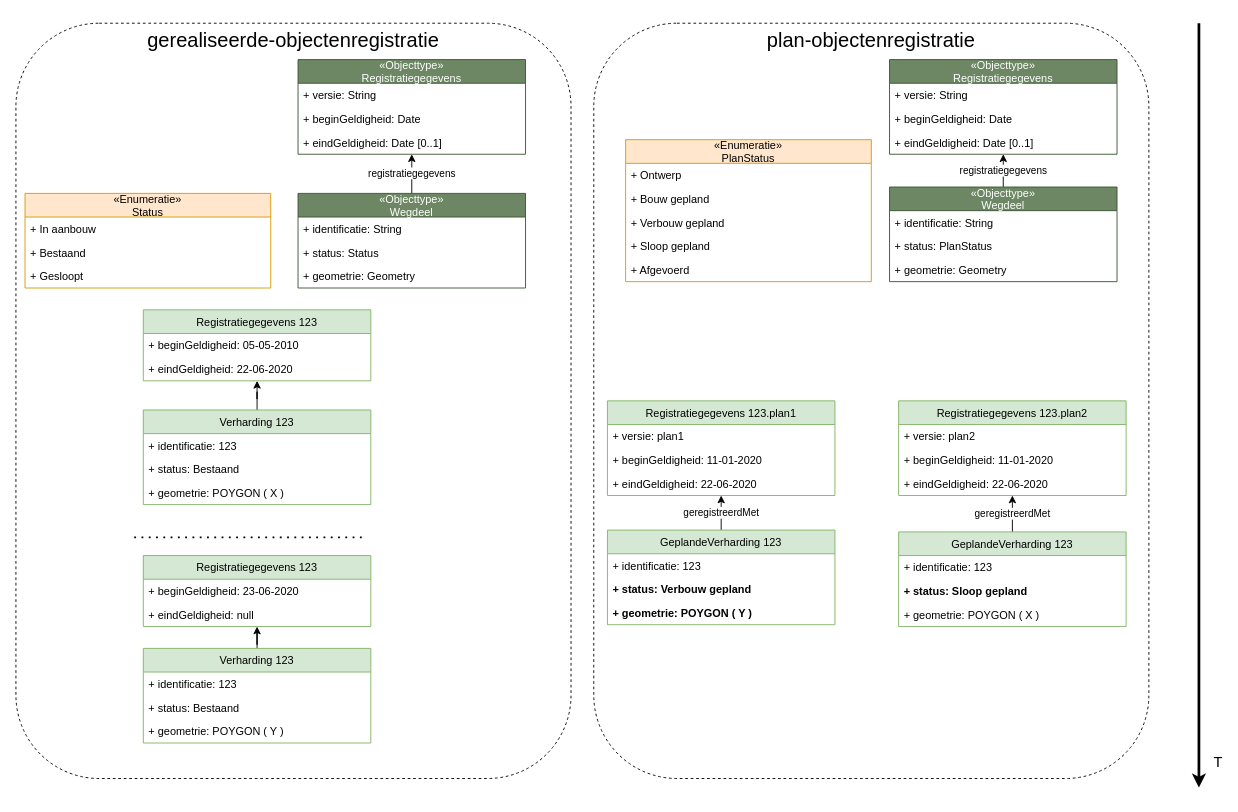
The draw.io diagram issues/15-levensfasen/uitwerkingen/5-planobject-in-aparte-registratie/5-planobject-in-aparte-registratie.drawio in Geonovum/disgeo-imsor, before the edit. Source tidied: cells renumbered, new cells numbered last; positions are measured from the earlier drawing's top-left corner, leaving out a move shared by most shapes. Both pictures are drawn from the tidied source at 91%, with x=0, y=0 at pixel (15, 23).
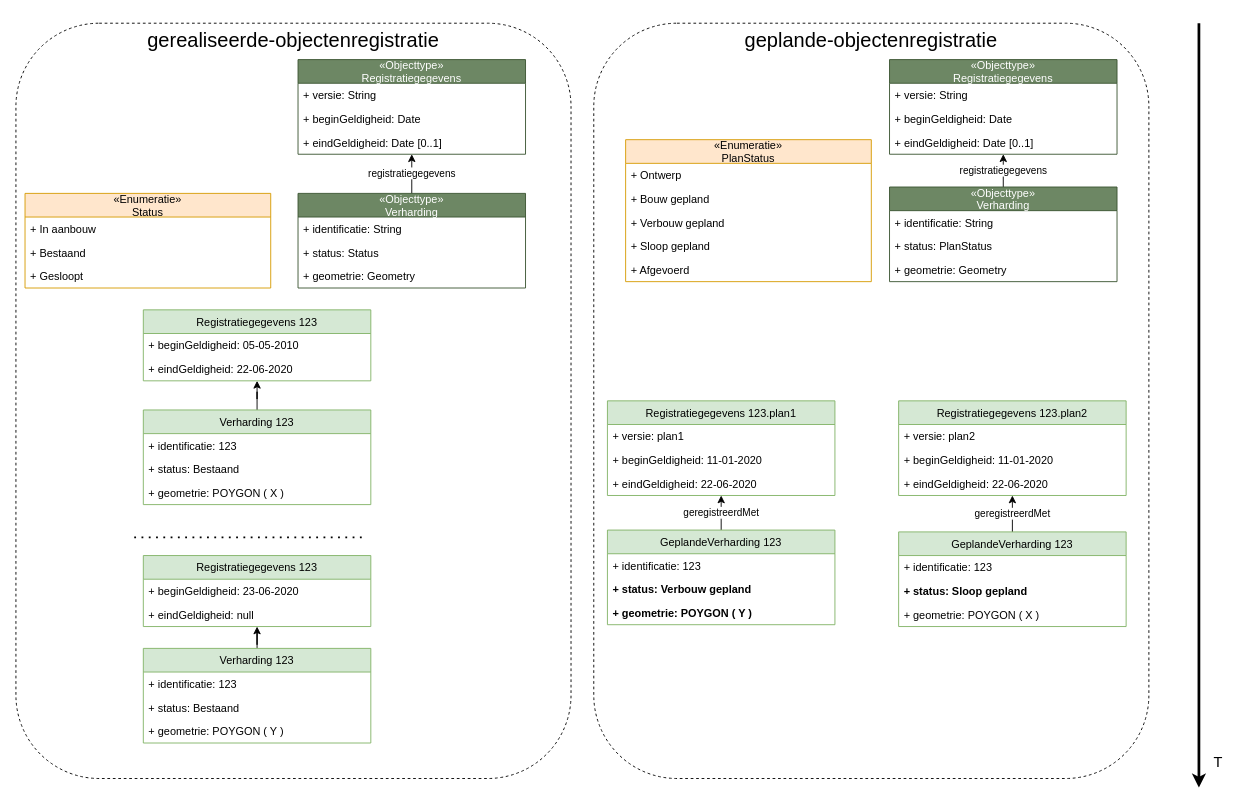
Above is the later version.

Change to the diagram source:
```diff
@@
-    <mxCell id="2" value="plan-objectenregistratie" style="rounded=1;whiteSpace=wrap;html=1;dashed=1;fillColor=none;verticalAlign=top;fontSize=22;" parent="1" vertex="1">
+    <mxCell id="2" value="geplande-objectenregistratie" style="rounded=1;whiteSpace=wrap;html=1;dashed=1;fillColor=none;verticalAlign=top;fontSize=22;" parent="1" vertex="1">
       <mxGeometry x="635" width="610" height="830" as="geometry" />
     </mxCell>
@@
-    <mxCell id="15" value="«Objecttype»&#10;Wegdeel" style="swimlane;fontStyle=0;horizontal=1;startSize=26;fillColor=#6d8764;strokeColor=#3A5431;fontColor=#ffffff;" parent="1" vertex="1">
+    <mxCell id="15" value="«Objecttype»&#10;Verharding" style="swimlane;fontStyle=0;horizontal=1;startSize=26;fillColor=#6d8764;strokeColor=#3A5431;fontColor=#ffffff;" parent="1" vertex="1">
       <mxGeometry x="310" y="187" width="250" height="104" as="geometry" />
     </mxCell>
@@
-    <mxCell id="24" value="«Objecttype»&#10;Wegdeel" style="swimlane;fontStyle=0;horizontal=1;startSize=26;fillColor=#6d8764;strokeColor=#3A5431;fontColor=#ffffff;" parent="1" vertex="1">
+    <mxCell id="24" value="«Objecttype»&#10;Verharding" style="swimlane;fontStyle=0;horizontal=1;startSize=26;fillColor=#6d8764;strokeColor=#3A5431;fontColor=#ffffff;" parent="1" vertex="1">
       <mxGeometry x="960" y="180" width="250" height="104" as="geometry" />
     </mxCell>
```
